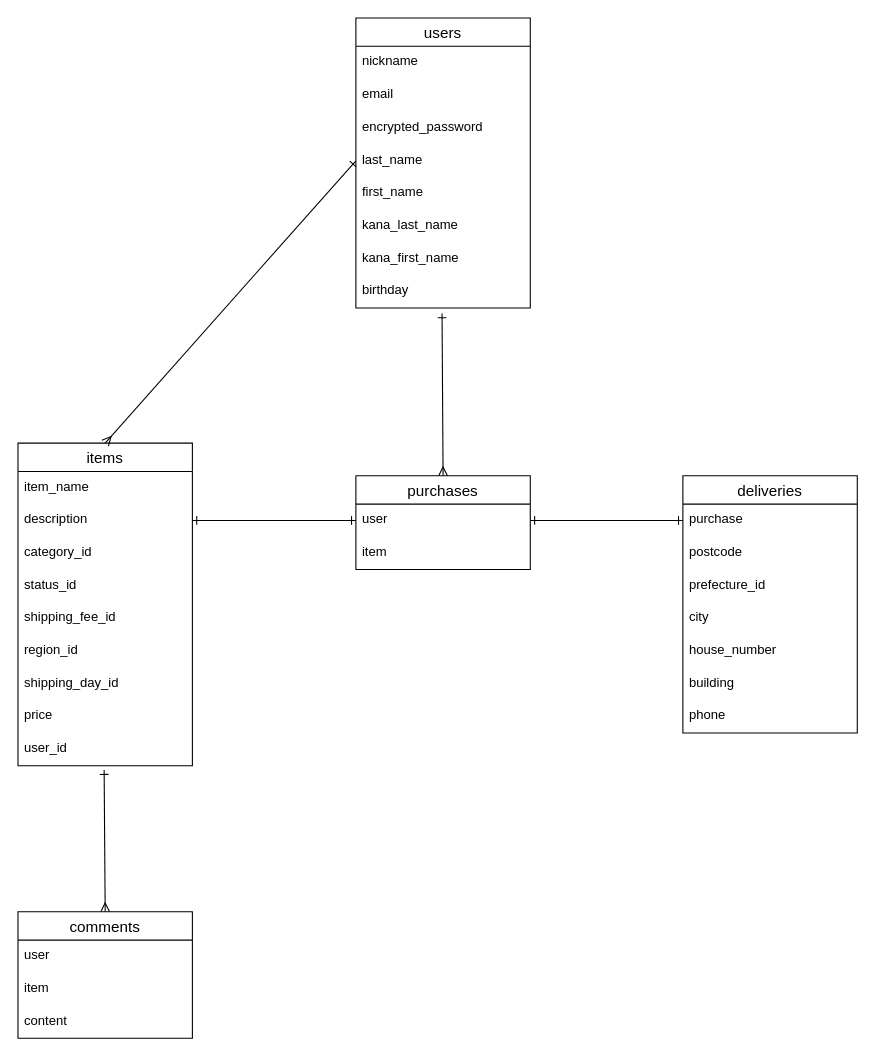
Above: furima.dio in umeskayame/furima2-39838 (draw.io), before the change. Source tidied: cells renumbered, new cells numbered last; positions are measured from the earlier drawing's top-left corner, leaving out a move shared by most shapes. Both pictures are drawn from the tidied source at 109%, with x=0, y=0 at pixel (17, 17).
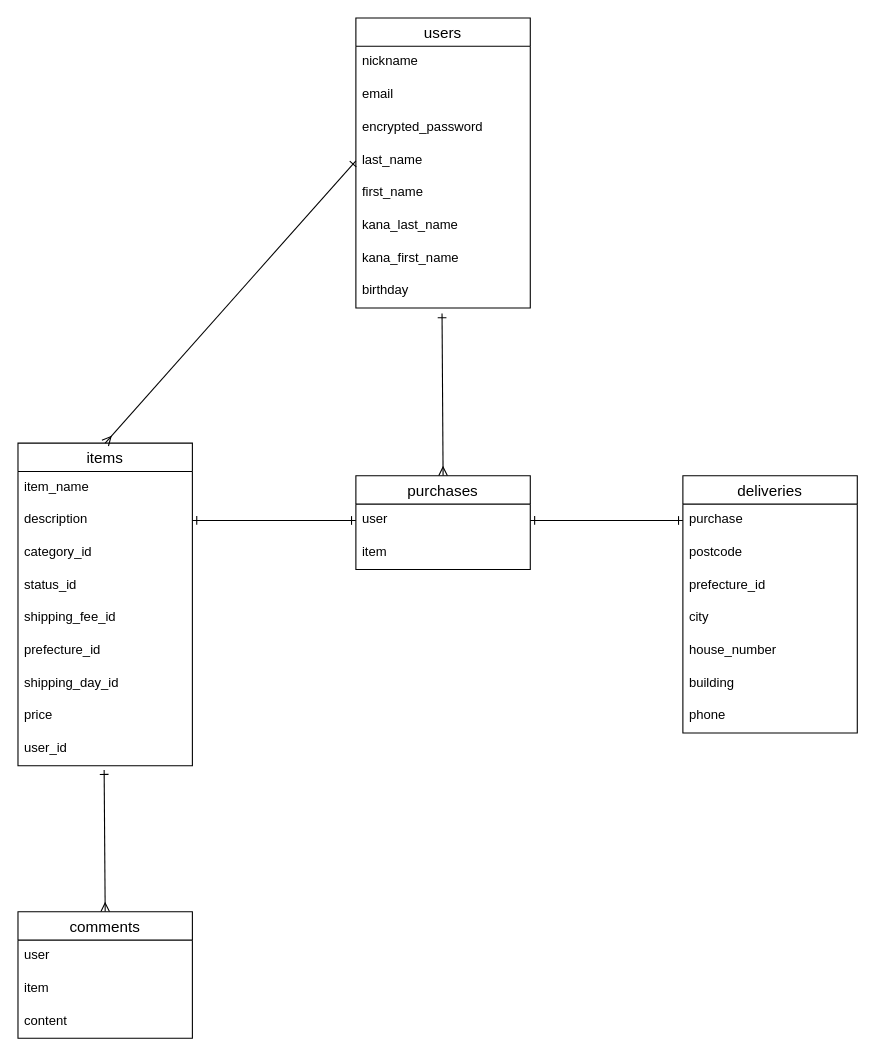
After the change.

Unchanged cells that the change refers to:
```xml
<mxCell id="11" value="items" style="swimlane;fontStyle=0;horizontal=1;startSize=26;align=center;fontSize=14;" parent="1" vertex="1">
  <mxGeometry y="390" width="160" height="296" as="geometry" />
</mxCell>
```

Diff of the diagram source:
```diff
@@
-    <mxCell id="17" value="region_id" style="text;strokeColor=none;fillColor=none;spacingLeft=4;spacingRight=4;overflow=hidden;fontSize=12;" parent="11" vertex="1">
+    <mxCell id="17" value="prefecture_id" style="text;strokeColor=none;fillColor=none;spacingLeft=4;spacingRight=4;overflow=hidden;fontSize=12;" parent="11" vertex="1">
       <mxGeometry y="176" width="160" height="30" as="geometry" />
     </mxCell>
```
